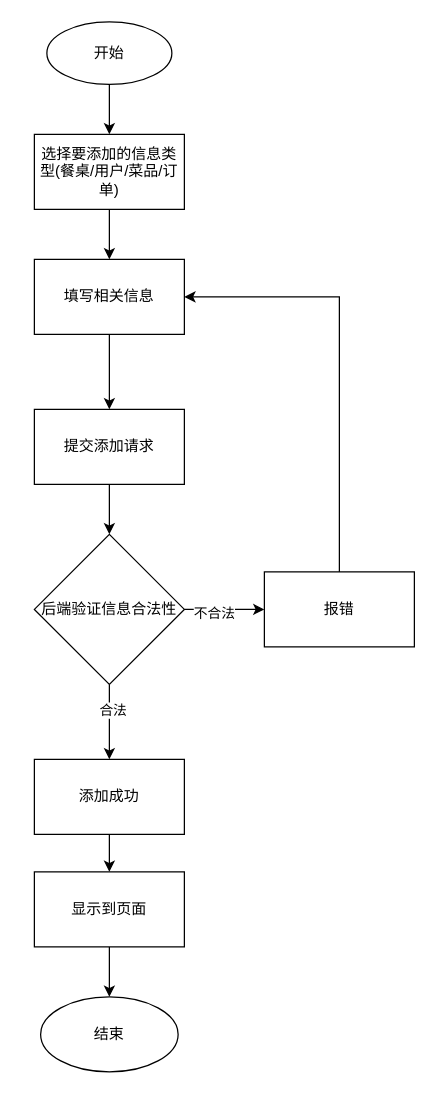
bzerozero7/test keeps this draw.io diagram as page "添加信息流程图" (3 of 18) of main.drawio. Above is the earlier version. Source tidied: cells renumbered, new cells numbered last; positions are measured from the earlier drawing's top-left corner, leaving out a move shared by most shapes. Both pictures are drawn from the tidied source at 125%, with x=0, y=0 at pixel (34, 21).
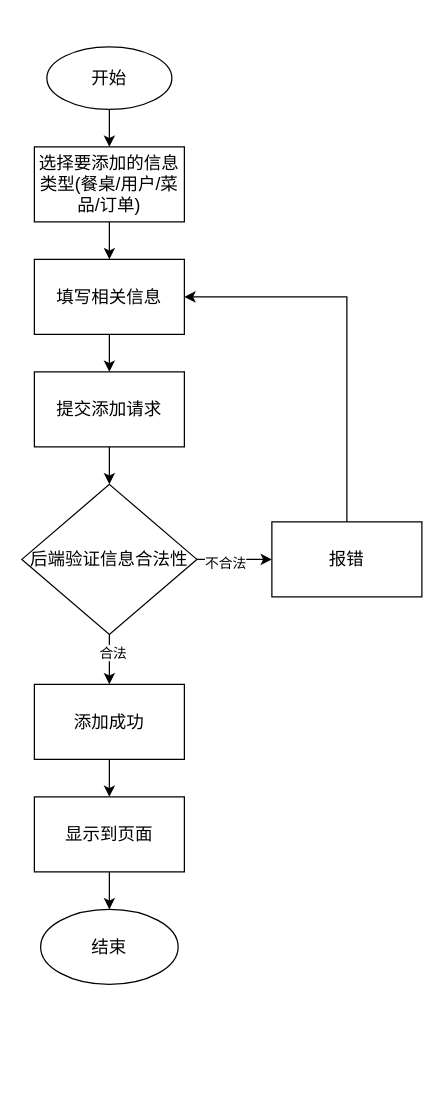
The same page after the edit.

Diff of the diagram source:
```diff
@@
-    <mxCell id="3" value="开始" style="ellipse;whiteSpace=wrap;html=1;" parent="1" vertex="1">
-      <mxGeometry x="10" width="100" height="50" as="geometry" />
+    <mxCell id="3" value="&lt;font style=&quot;font-size: 14px;&quot;&gt;开始&lt;/font&gt;" style="ellipse;whiteSpace=wrap;html=1;" parent="1" vertex="1">
+      <mxGeometry x="10" y="20" width="100" height="50" as="geometry" />
     </mxCell>
@@
-    <mxCell id="5" value="选择要添加的信息类型(餐桌/用户/菜品/订单)" style="whiteSpace=wrap;html=1;" parent="1" vertex="1">
-      <mxGeometry y="90" width="120" height="60" as="geometry" />
+    <mxCell id="5" value="&lt;font style=&quot;font-size: 14px;&quot;&gt;选择要添加的信息类型(餐桌/用户/菜品/订单)&lt;/font&gt;" style="whiteSpace=wrap;html=1;" parent="1" vertex="1">
+      <mxGeometry y="100" width="120" height="60" as="geometry" />
     </mxCell>
@@
-    <mxCell id="7" value="填写相关信息" style="whiteSpace=wrap;html=1;" parent="1" vertex="1">
+    <mxCell id="7" value="&lt;font style=&quot;font-size: 14px;&quot;&gt;填写相关信息&lt;/font&gt;" style="whiteSpace=wrap;html=1;" parent="1" vertex="1">
       <mxGeometry y="190" width="120" height="60" as="geometry" />
     </mxCell>
@@
-    <mxCell id="9" value="提交添加请求" style="whiteSpace=wrap;html=1;" parent="1" vertex="1">
-      <mxGeometry y="310" width="120" height="60" as="geometry" />
+    <mxCell id="9" value="&lt;font style=&quot;font-size: 14px;&quot;&gt;提交添加请求&lt;/font&gt;" style="whiteSpace=wrap;html=1;" parent="1" vertex="1">
+      <mxGeometry y="280" width="120" height="60" as="geometry" />
     </mxCell>
@@
-    <mxCell id="14" value="后端验证信息合法性" style="rhombus;whiteSpace=wrap;html=1;" parent="1" vertex="1">
-      <mxGeometry y="410" width="120" height="120" as="geometry" />
+    <mxCell id="14" value="&lt;font style=&quot;font-size: 14px;&quot;&gt;后端验证信息合法性&lt;/font&gt;" style="rhombus;whiteSpace=wrap;html=1;" parent="1" vertex="1">
+      <mxGeometry x="-10" y="370" width="140" height="120" as="geometry" />
     </mxCell>
@@
-    <mxCell id="16" value="添加成功" style="whiteSpace=wrap;html=1;" parent="1" vertex="1">
-      <mxGeometry y="590" width="120" height="60" as="geometry" />
+    <mxCell id="16" value="&lt;font style=&quot;font-size: 14px;&quot;&gt;添加成功&lt;/font&gt;" style="whiteSpace=wrap;html=1;" parent="1" vertex="1">
+      <mxGeometry y="530" width="120" height="60" as="geometry" />
     </mxCell>
@@
-    <mxCell id="18" value="显示到页面" style="whiteSpace=wrap;html=1;" parent="1" vertex="1">
-      <mxGeometry y="680" width="120" height="60" as="geometry" />
+    <mxCell id="18" value="&lt;font style=&quot;font-size: 14px;&quot;&gt;显示到页面&lt;/font&gt;" style="whiteSpace=wrap;html=1;" parent="1" vertex="1">
+      <mxGeometry y="620" width="120" height="60" as="geometry" />
     </mxCell>
@@
-    <mxCell id="20" value="报错" style="whiteSpace=wrap;html=1;" parent="1" vertex="1">
-      <mxGeometry x="184" y="440" width="120" height="60" as="geometry" />
+    <mxCell id="20" value="&lt;font style=&quot;font-size: 14px;&quot;&gt;报错&lt;/font&gt;" style="whiteSpace=wrap;html=1;" parent="1" vertex="1">
+      <mxGeometry x="190" y="400" width="120" height="60" as="geometry" />
     </mxCell>
-    <mxCell id="21" value="结束" style="ellipse;whiteSpace=wrap;html=1;" parent="1" vertex="1">
-      <mxGeometry x="5" y="780" width="110" height="60" as="geometry" />
+    <mxCell id="21" value="&lt;font style=&quot;font-size: 14px;&quot;&gt;结束&lt;/font&gt;" style="ellipse;whiteSpace=wrap;html=1;" parent="1" vertex="1">
+      <mxGeometry x="5" y="710" width="110" height="60" as="geometry" />
     </mxCell>
```
